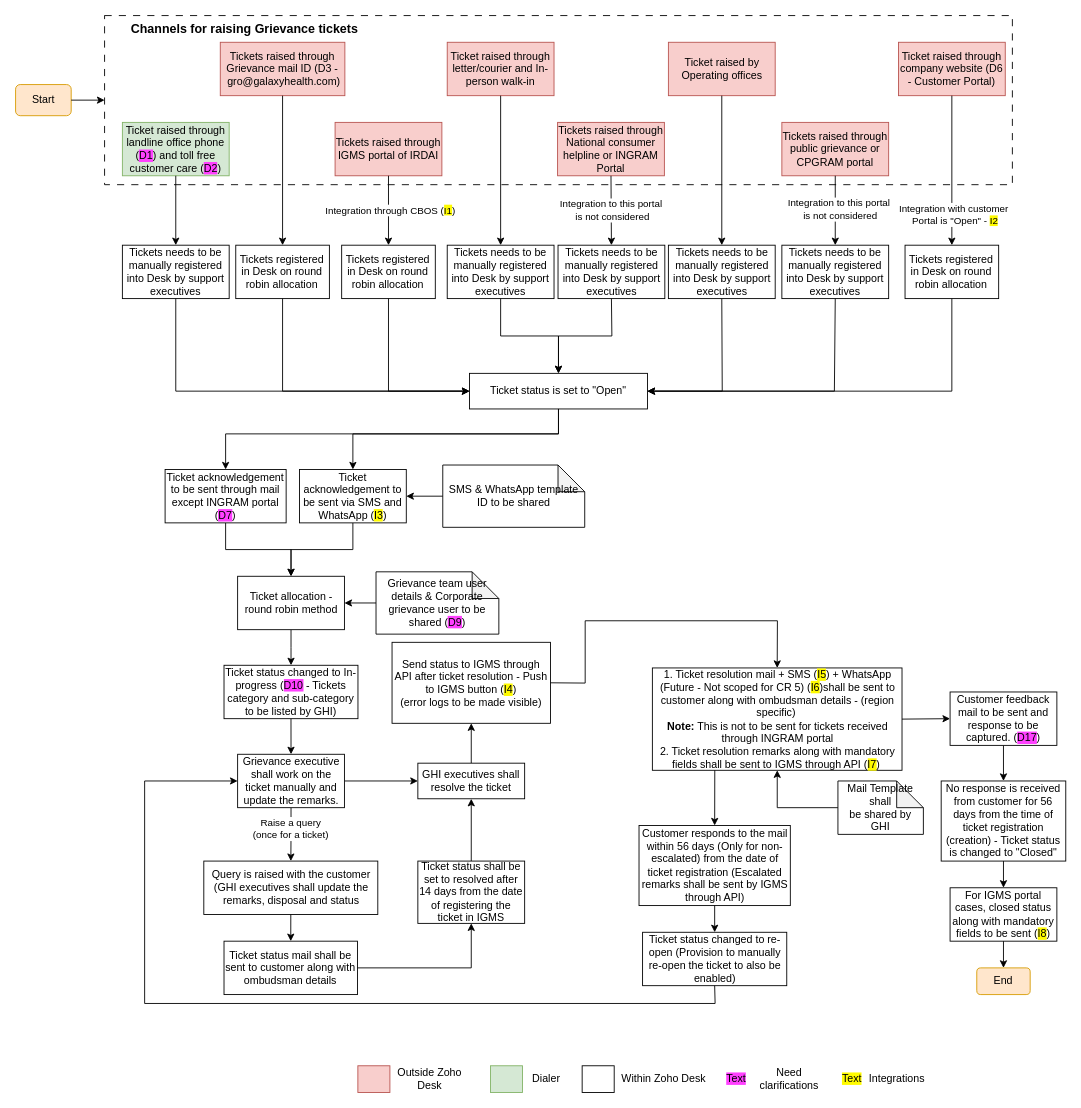
This is Grievance management.drawio from shaileshsreedar/Galaxy, a draw.io file, before an edit. Source tidied: cells renumbered, new cells numbered last; positions are measured from the earlier drawing's top-left corner, leaving out a move shared by most shapes. Both pictures are drawn from the tidied source at 89%, with x=0, y=0 at pixel (15, 15).
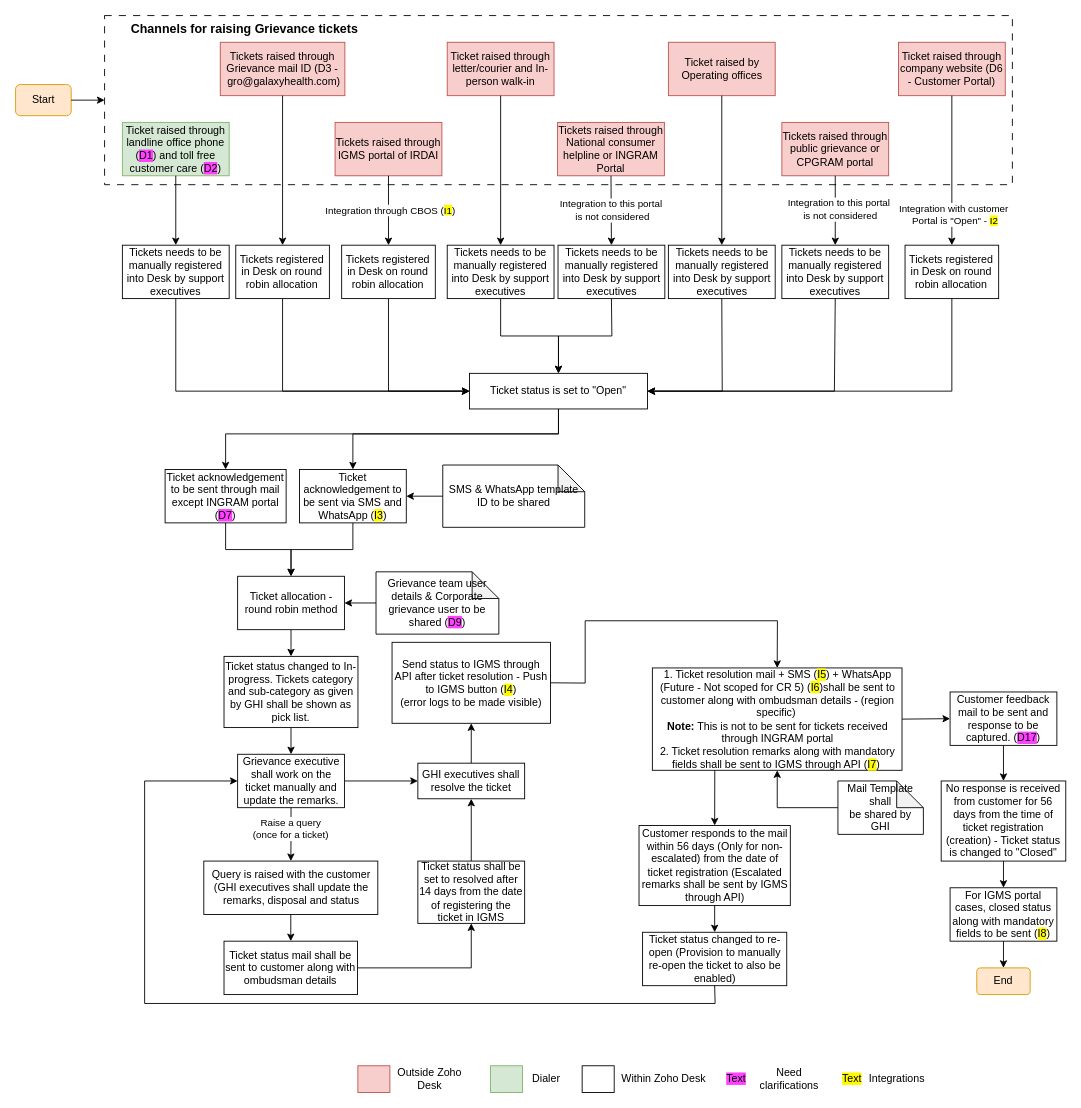
Above is the later version.

Diff of the diagram source:
```diff
@@
-    <mxCell id="60" value="Ticket status changed to In-progress (&lt;span style=&quot;background-color: rgb(255, 64, 255);&quot;&gt;D10&lt;/span&gt; - Tickets category and sub-category to be listed by GHI)" style="rounded=0;whiteSpace=wrap;html=1;" parent="1" vertex="1">
-      <mxGeometry x="234.2" y="730" width="150.5" height="60" as="geometry" />
+    <mxCell id="60" value="Ticket status changed to In-progress. Tickets category and sub-category as given by GHI shall be shown as pick list." style="rounded=0;whiteSpace=wrap;html=1;" parent="1" vertex="1">
+      <mxGeometry x="234.2" y="720" width="150.5" height="80" as="geometry" />
     </mxCell>
```
